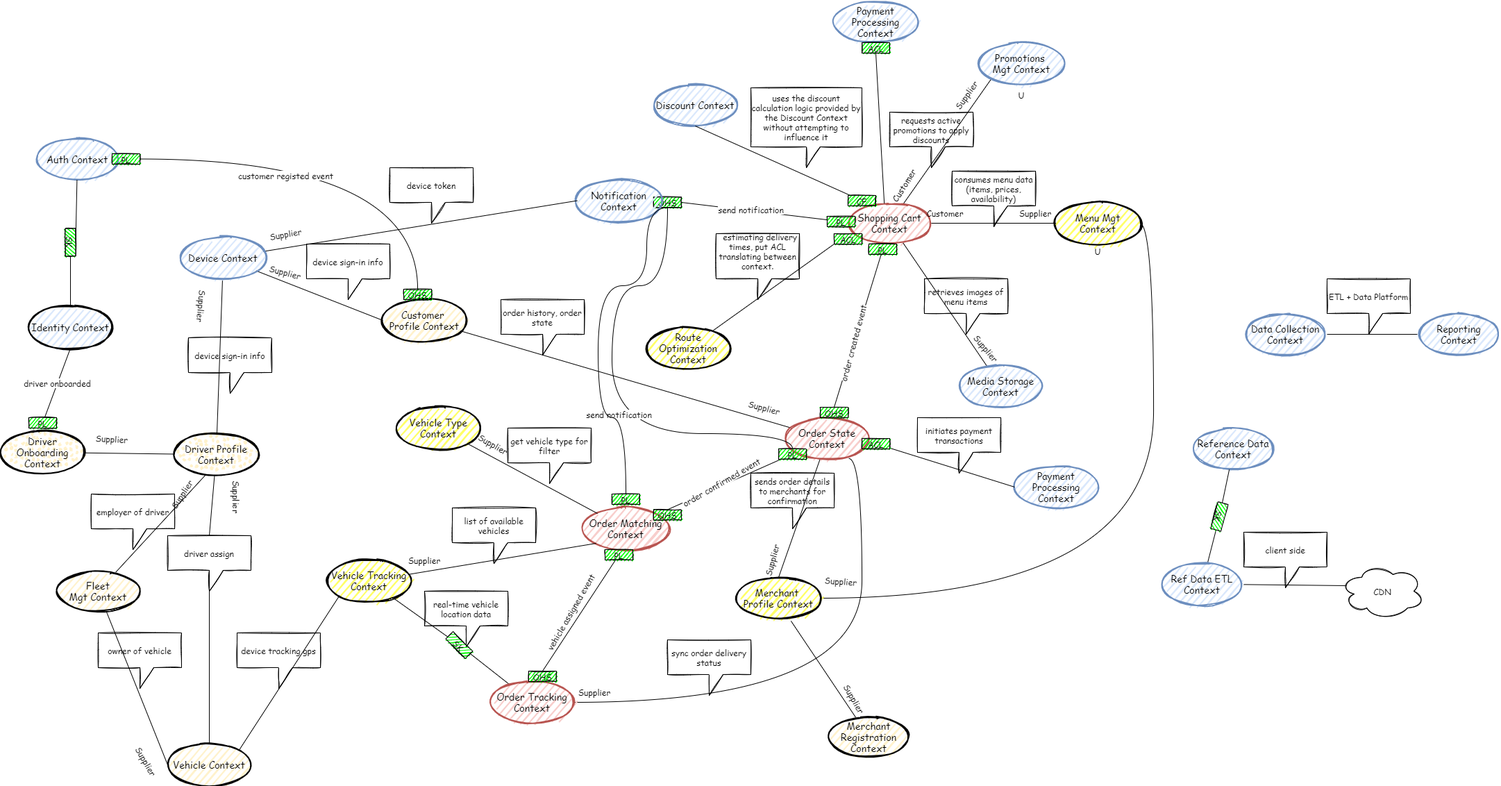
This is resources/food_delivery_design-context_map.drawio.png from darkclouds2357/food_order_delivery, a draw.io export, as it was before one commit. Source tidied: cells renumbered, new cells last; positions are measured from the earlier drawing's top-left corner, leaving out a move shared by most shapes.
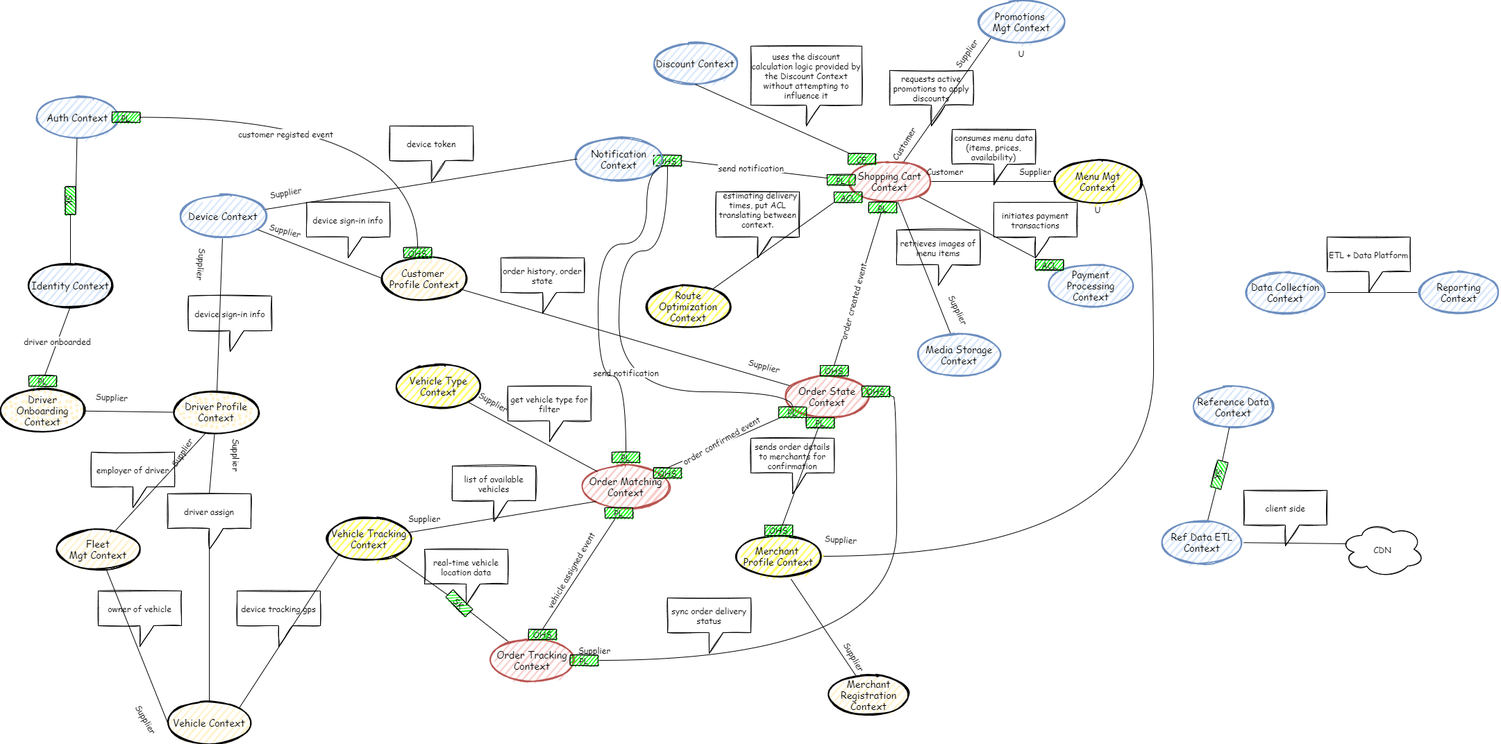
Later version of the same file.

Commit message:
update for order matching context

The edit, as a diff of the source:
```diff
@@ -5,6 +5,9 @@
     <mxCell id="2" style="rounded=0;sketch=0;jettySize=auto;html=1;entryX=0;entryY=1;entryDx=0;entryDy=0;fontFamily=Comic Sans MS;fontSize=12;endArrow=none;endFill=0;flowAnimation=1;" parent="1" edge="1" source="3" target="10">
       <mxGeometry relative="1" as="geometry" />
     </mxCell>
+    <mxCell id="134" style="edgeStyle=none;rounded=0;jettySize=auto;html=1;entryX=0;entryY=0;entryDx=60;entryDy=80;entryPerimeter=0;fontFamily=Comic Sans MS;fontSize=12;endArrow=none;endFill=0;flowAnimation=1;" parent="1" edge="1" source="3" target="55">
+      <mxGeometry relative="1" as="geometry" />
+    </mxCell>
     <mxCell id="3" value="&lt;span&gt;Shopping Cart Context&lt;/span&gt;" style="ellipse;whiteSpace=wrap;html=1;strokeWidth=2;fillWeight=2;hachureGap=8;fillColor=#f8cecc;fillStyle=auto;sketch=1;glass=0;fontFamily=Comic Sans MS;fontSize=14;strokeColor=#b85450;" parent="1" vertex="1">
       <mxGeometry x="1220" y="290" width="120" height="60" as="geometry" />
     </mxCell>
@@ -57,10 +60,10 @@
       <mxGeometry x="930" y="470" width="120" height="60" as="geometry" />
     </mxCell>
     <mxCell id="20" value="Media Storage Context" style="ellipse;whiteSpace=wrap;html=1;strokeWidth=2;fillWeight=2;hachureGap=8;fillColor=#dae8fc;fillStyle=auto;sketch=1;glass=0;fontFamily=Comic Sans MS;fontSize=14;strokeColor=#6c8ebf;" parent="1" vertex="1">
-      <mxGeometry x="1380" y="525" width="120" height="60" as="geometry" />
+      <mxGeometry x="1320" y="540" width="120" height="60" as="geometry" />
     </mxCell>
-    <mxCell id="21" value="Supplier" style="text;html=1;strokeColor=none;fillColor=none;align=center;verticalAlign=middle;whiteSpace=wrap;rounded=0;sketch=1;fontFamily=Comic Sans MS;fontSize=12;rotation=50;" parent="1" vertex="1">
-      <mxGeometry x="1390" y="485" width="60" height="30" as="geometry" />
+    <mxCell id="21" value="Supplier" style="text;html=1;strokeColor=none;fillColor=none;align=center;verticalAlign=middle;whiteSpace=wrap;rounded=0;sketch=1;fontFamily=Comic Sans MS;fontSize=12;rotation=64;" parent="1" vertex="1">
+      <mxGeometry x="1350" y="490" width="60" height="30" as="geometry" />
     </mxCell>
     <mxCell id="22" value="OHS" style="rounded=0;whiteSpace=wrap;html=1;sketch=1;fontFamily=Comic Sans MS;fontSize=12;strokeColor=default;fillColor=#00FF00;verticalAlign=middle;" parent="1" vertex="1">
       <mxGeometry x="940" y="282.5" width="40" height="15" as="geometry" />
@@ -74,7 +77,7 @@
     <mxCell id="25" value="Notification Context" style="ellipse;whiteSpace=wrap;html=1;strokeWidth=2;fillWeight=2;hachureGap=8;fillColor=#dae8fc;fillStyle=auto;sketch=1;glass=0;fontFamily=Comic Sans MS;fontSize=14;strokeColor=#6c8ebf;" parent="1" vertex="1">
       <mxGeometry x="830" y="257.5" width="120" height="60" as="geometry" />
     </mxCell>
-    <mxCell id="26" style="edgeStyle=none;rounded=0;sketch=0;jettySize=auto;html=1;entryX=0.5;entryY=0;entryDx=0;entryDy=0;fontFamily=Comic Sans MS;fontSize=12;endArrow=none;endFill=0;flowAnimation=1;" parent="1" edge="1" source="28" target="37">
+    <mxCell id="26" style="edgeStyle=none;rounded=0;sketch=0;jettySize=auto;html=1;entryX=0.5;entryY=0;entryDx=0;entryDy=0;fontFamily=Comic Sans MS;fontSize=12;endArrow=none;endFill=0;flowAnimation=1;startArrow=none;" parent="1" edge="1" source="135" target="37">
       <mxGeometry relative="1" as="geometry" />
     </mxCell>
     <mxCell id="27" style="edgeStyle=none;rounded=0;sketch=0;jettySize=auto;html=1;fontFamily=Comic Sans MS;fontSize=12;endArrow=none;endFill=0;flowAnimation=1;" parent="1" edge="1" source="28" target="81">
@@ -96,13 +99,13 @@
       <mxGeometry x="1180" y="585" width="40" height="15" as="geometry" />
     </mxCell>
     <mxCell id="33" value="Payment Processing Context" style="ellipse;whiteSpace=wrap;html=1;strokeWidth=2;fillWeight=2;hachureGap=8;fillColor=#dae8fc;fillStyle=auto;sketch=1;glass=0;fontFamily=Comic Sans MS;fontSize=14;strokeColor=#6c8ebf;" parent="1" vertex="1">
-      <mxGeometry x="1460" y="670" width="120" height="60" as="geometry" />
+      <mxGeometry x="1510" y="440" width="120" height="60" as="geometry" />
     </mxCell>
-    <mxCell id="34" style="edgeStyle=none;rounded=0;sketch=0;jettySize=auto;html=1;entryX=0;entryY=0.5;entryDx=0;entryDy=0;fontFamily=Comic Sans MS;fontSize=12;endArrow=none;endFill=0;flowAnimation=1;" parent="1" edge="1" source="35" target="33">
+    <mxCell id="34" style="edgeStyle=none;rounded=0;sketch=0;jettySize=auto;html=1;entryX=0;entryY=0;entryDx=0;entryDy=0;fontFamily=Comic Sans MS;fontSize=12;endArrow=none;endFill=0;flowAnimation=1;" parent="1" edge="1" source="35" target="33">
       <mxGeometry relative="1" as="geometry" />
     </mxCell>
     <mxCell id="35" value="ACL" style="rounded=0;whiteSpace=wrap;html=1;sketch=1;fontFamily=Comic Sans MS;fontSize=12;strokeColor=default;fillColor=#00FF00;verticalAlign=middle;" parent="1" vertex="1">
-      <mxGeometry x="1240" y="630" width="40" height="15" as="geometry" />
+      <mxGeometry x="1490" y="432.5" width="40" height="15" as="geometry" />
     </mxCell>
     <mxCell id="36" style="edgeStyle=orthogonalEdgeStyle;rounded=0;sketch=0;jettySize=auto;html=1;fontFamily=Comic Sans MS;fontSize=12;endArrow=none;endFill=0;entryX=1;entryY=0.5;entryDx=0;entryDy=0;curved=1;flowAnimation=1;" parent="1" edge="1" source="37" target="6">
       <mxGeometry relative="1" as="geometry" />
@@ -110,15 +113,13 @@
     <mxCell id="37" value="Merchant &lt;br&gt;Profile Context" style="ellipse;whiteSpace=wrap;html=1;strokeWidth=2;fillWeight=2;hachureGap=8;fillColor=#FFFF66;fillStyle=auto;sketch=1;glass=0;fontFamily=Comic Sans MS;fontSize=14;" parent="1" vertex="1">
       <mxGeometry x="1060" y="830" width="120" height="60" as="geometry" />
     </mxCell>
-    <mxCell id="38" value="Supplier" style="text;html=1;strokeColor=none;fillColor=none;align=center;verticalAlign=middle;whiteSpace=wrap;rounded=0;sketch=1;fontFamily=Comic Sans MS;fontSize=12;rotation=-75;" parent="1" vertex="1">
-      <mxGeometry x="1080" y="790" width="60" height="30" as="geometry" />
-    </mxCell>
     <mxCell id="39" value="send notification" style="edgeStyle=orthogonalEdgeStyle;rounded=0;sketch=0;jettySize=auto;html=1;entryX=0.5;entryY=1;entryDx=0;entryDy=0;fontFamily=Comic Sans MS;fontSize=12;endArrow=none;endFill=0;curved=1;flowAnimation=1;" parent="1" edge="1" source="42" target="22">
       <mxGeometry x="-0.1" y="-10" relative="1" as="geometry">
         <Array as="points">
-          <mxPoint x="880" y="623" />
-          <mxPoint x="880" y="410" />
-          <mxPoint x="960" y="410" />
+          <mxPoint x="1140" y="623" />
+          <mxPoint x="890" y="623" />
+          <mxPoint x="890" y="420" />
+          <mxPoint x="960" y="420" />
         </Array>
         <mxPoint y="1" as="offset" />
       </mxGeometry>
@@ -168,13 +169,13 @@
       <mxGeometry x="650" y="730" width="120" height="80" as="geometry" />
     </mxCell>
     <mxCell id="54" value="sends order details to merchants for confirmation" style="shape=callout;whiteSpace=wrap;html=1;perimeter=calloutPerimeter;sketch=1;fontFamily=Comic Sans MS;fontSize=12;strokeColor=default;fillColor=none;verticalAlign=middle;" parent="1" vertex="1">
-      <mxGeometry x="1080" y="680" width="120" height="80" as="geometry" />
+      <mxGeometry x="1080" y="690" width="120" height="80" as="geometry" />
     </mxCell>
     <mxCell id="55" value="initiates payment transactions" style="shape=callout;whiteSpace=wrap;html=1;perimeter=calloutPerimeter;sketch=1;fontFamily=Comic Sans MS;fontSize=12;strokeColor=default;fillColor=none;verticalAlign=middle;" parent="1" vertex="1">
-      <mxGeometry x="1320" y="600" width="120" height="80" as="geometry" />
+      <mxGeometry x="1430" y="350" width="120" height="80" as="geometry" />
     </mxCell>
     <mxCell id="56" value="&lt;span&gt;retrieves images of menu items&lt;/span&gt;" style="shape=callout;whiteSpace=wrap;html=1;perimeter=calloutPerimeter;sketch=1;fontFamily=Comic Sans MS;fontSize=12;strokeColor=default;fillColor=none;verticalAlign=middle;" parent="1" vertex="1">
-      <mxGeometry x="1330" y="400" width="120" height="80" as="geometry" />
+      <mxGeometry x="1290" y="390" width="120" height="80" as="geometry" />
     </mxCell>
     <mxCell id="57" value="consumes menu data (items, prices, availability)" style="shape=callout;whiteSpace=wrap;html=1;perimeter=calloutPerimeter;sketch=1;fontFamily=Comic Sans MS;fontSize=12;strokeColor=default;fillColor=none;verticalAlign=middle;" parent="1" vertex="1">
       <mxGeometry x="1370" y="245" width="120" height="80" as="geometry" />
@@ -202,11 +203,12 @@
     <mxCell id="62" value="PL" style="rounded=0;whiteSpace=wrap;html=1;sketch=1;fontFamily=Comic Sans MS;fontSize=12;strokeColor=default;fillColor=#00FF00;verticalAlign=middle;" parent="1" vertex="1">
       <mxGeometry x="880" y="710" width="40" height="15" as="geometry" />
     </mxCell>
-    <mxCell id="63" style="edgeStyle=orthogonalEdgeStyle;rounded=0;sketch=0;jettySize=auto;html=1;entryX=0.757;entryY=0.98;entryDx=0;entryDy=0;entryPerimeter=0;fontFamily=Comic Sans MS;fontSize=12;endArrow=none;endFill=0;curved=1;flowAnimation=1;" parent="1" edge="1" source="64" target="28">
+    <mxCell id="63" style="edgeStyle=orthogonalEdgeStyle;rounded=0;sketch=0;jettySize=auto;html=1;entryX=1;entryY=0.5;entryDx=0;entryDy=0;fontFamily=Comic Sans MS;fontSize=12;endArrow=none;endFill=0;curved=1;flowAnimation=1;exitX=1;exitY=0.5;exitDx=0;exitDy=0;" parent="1" edge="1" source="138" target="139">
       <mxGeometry relative="1" as="geometry">
         <Array as="points">
-          <mxPoint x="1240" y="1010" />
-          <mxPoint x="1240" y="659" />
+          <mxPoint x="1290" y="1010" />
+          <mxPoint x="1290" y="630" />
+          <mxPoint x="1280" y="630" />
         </Array>
       </mxGeometry>
     </mxCell>
@@ -415,14 +417,20 @@
     <mxCell id="130" style="edgeStyle=none;rounded=0;sketch=0;jettySize=auto;html=1;entryX=0.5;entryY=0;entryDx=0;entryDy=0;fontFamily=Comic Sans MS;fontSize=12;endArrow=none;endFill=0;flowAnimation=1;" parent="1" edge="1" source="80" target="129">
       <mxGeometry relative="1" as="geometry" />
     </mxCell>
-    <mxCell id="131" value="Payment Processing Context" style="ellipse;whiteSpace=wrap;html=1;strokeWidth=2;fillWeight=2;hachureGap=8;fillColor=#dae8fc;fillStyle=auto;sketch=1;glass=0;fontFamily=Comic Sans MS;fontSize=14;strokeColor=#6c8ebf;" parent="1" vertex="1">
-      <mxGeometry x="1200" width="120" height="60" as="geometry" />
-    </mxCell>
-    <mxCell id="132" value="ACL" style="rounded=0;whiteSpace=wrap;html=1;sketch=1;fontFamily=Comic Sans MS;fontSize=12;strokeColor=default;fillColor=#00FF00;verticalAlign=middle;" parent="1" vertex="1">
-      <mxGeometry x="1240" y="60" width="40" height="15" as="geometry" />
-    </mxCell>
-    <mxCell id="133" style="edgeStyle=none;rounded=0;sketch=0;jettySize=auto;html=1;entryX=0.5;entryY=1;entryDx=0;entryDy=0;fontFamily=Comic Sans MS;fontSize=12;endArrow=none;endFill=0;flowAnimation=1;exitX=0.435;exitY=0.023;exitDx=0;exitDy=0;exitPerimeter=0;" parent="1" edge="1" source="3" target="132">
-      <mxGeometry relative="1" as="geometry" />
-    </mxCell>
+    <mxCell id="135" value="PL" style="rounded=0;whiteSpace=wrap;html=1;sketch=1;fontFamily=Comic Sans MS;fontSize=12;strokeColor=default;fillColor=#00FF00;verticalAlign=middle;" parent="1" vertex="1">
+      <mxGeometry x="1160" y="660" width="40" height="15" as="geometry" />
+    </mxCell>
+    <mxCell id="136" style="edgeStyle=none;rounded=0;sketch=0;jettySize=auto;html=1;entryX=0.5;entryY=0;entryDx=0;entryDy=0;fontFamily=Comic Sans MS;fontSize=12;endArrow=none;endFill=0;flowAnimation=1;" parent="1" edge="1" source="28" target="135">
+      <mxGeometry relative="1" as="geometry" />
+    </mxCell>
+    <mxCell id="137" value="OHS" style="rounded=0;whiteSpace=wrap;html=1;sketch=1;fontFamily=Comic Sans MS;fontSize=12;strokeColor=default;fillColor=#00FF00;verticalAlign=middle;" parent="1" vertex="1">
+      <mxGeometry x="1100" y="815" width="40" height="15" as="geometry" />
+    </mxCell>
+    <mxCell id="138" value="PL" style="rounded=0;whiteSpace=wrap;html=1;sketch=1;fontFamily=Comic Sans MS;fontSize=12;strokeColor=default;fillColor=#00FF00;verticalAlign=middle;" parent="1" vertex="1">
+      <mxGeometry x="820" y="1002.5" width="40" height="15" as="geometry" />
+    </mxCell>
+    <mxCell id="139" value="OHS" style="rounded=0;whiteSpace=wrap;html=1;sketch=1;fontFamily=Comic Sans MS;fontSize=12;strokeColor=default;fillColor=#00FF00;verticalAlign=middle;" parent="1" vertex="1">
+      <mxGeometry x="1240" y="615" width="40" height="15" as="geometry" />
+    </mxCell>
   </root>
 </mxGraphModel>
```
